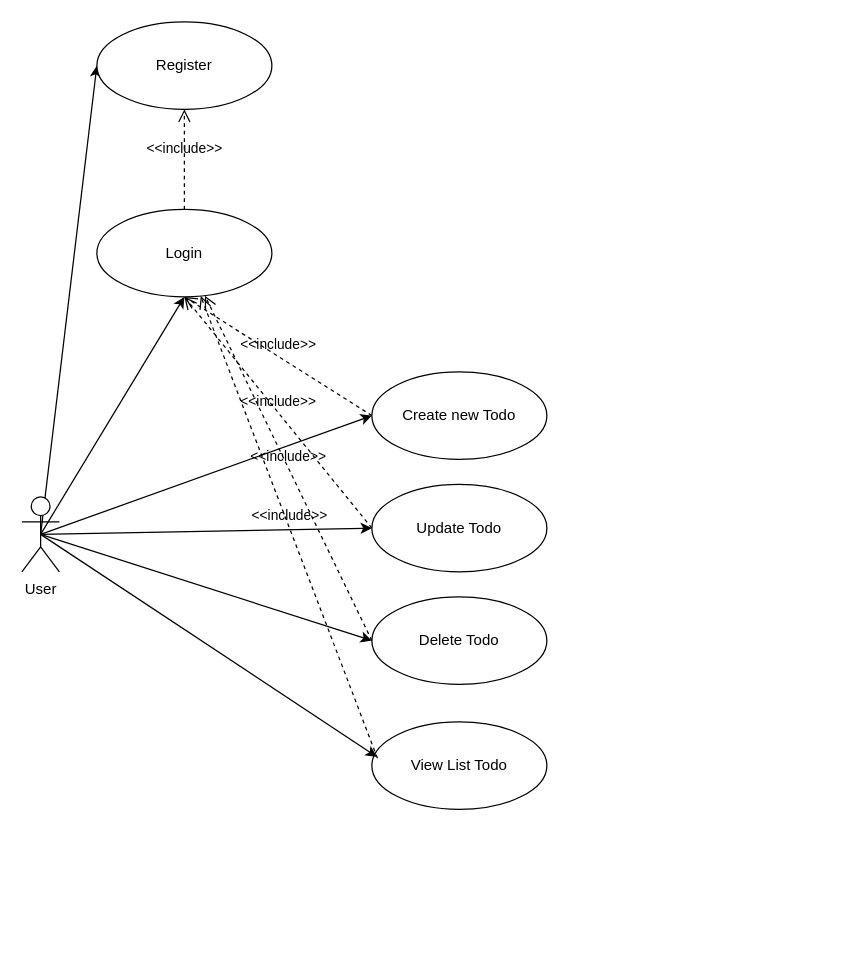
Before: page "use case" (5 of 6) of docs/flowAndActivitypng.drawio in VenomError/prak_webnative_todoapp, a draw.io diagram. Source tidied: cells renumbered, new cells numbered last; positions are measured from the earlier drawing's top-left corner, leaving out a move shared by most shapes. Both pictures are drawn from the tidied source at 125%, with x=0, y=0 at pixel (21, 21).
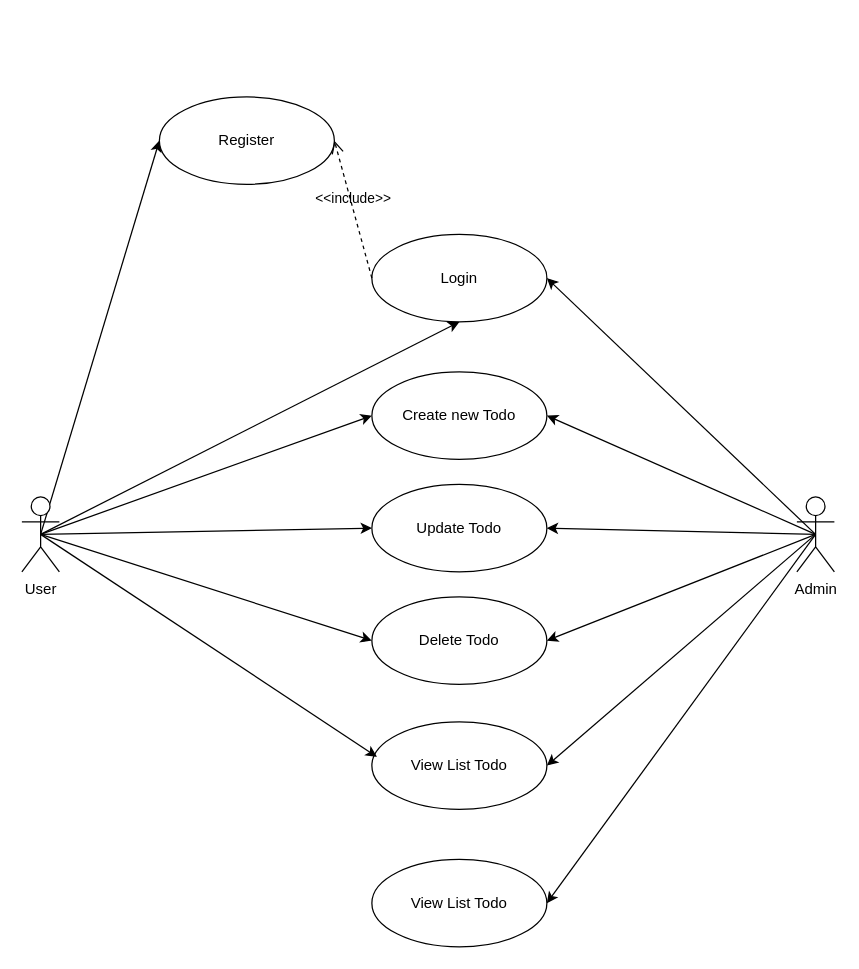
Above is the later version.

The change refers to these unchanged cells:
```xml
<mxCell id="11" value="Create new Todo" style="ellipse;whiteSpace=wrap;html=1;" parent="1" vertex="1">
  <mxGeometry x="280" y="280" width="140" height="70" as="geometry" />
</mxCell>
<mxCell id="12" value="Update Todo" style="ellipse;whiteSpace=wrap;html=1;" parent="1" vertex="1">
  <mxGeometry x="280" y="370" width="140" height="70" as="geometry" />
</mxCell>
<mxCell id="13" value="Delete Todo" style="ellipse;whiteSpace=wrap;html=1;" parent="1" vertex="1">
  <mxGeometry x="280" y="460" width="140" height="70" as="geometry" />
</mxCell>
<mxCell id="14" value="View List Todo" style="ellipse;whiteSpace=wrap;html=1;" parent="1" vertex="1">
  <mxGeometry x="280" y="560" width="140" height="70" as="geometry" />
</mxCell>
```

Diff of the diagram source:
```diff
@@
     <mxCell id="8" value="Login" style="ellipse;whiteSpace=wrap;html=1;" parent="1" vertex="1">
-      <mxGeometry x="60" y="150" width="140" height="70" as="geometry" />
+      <mxGeometry x="280" y="170" width="140" height="70" as="geometry" />
     </mxCell>
     <mxCell id="9" value="Register" style="ellipse;whiteSpace=wrap;html=1;" parent="1" vertex="1">
-      <mxGeometry x="60" width="140" height="70" as="geometry" />
+      <mxGeometry x="110" y="60" width="140" height="70" as="geometry" />
     </mxCell>
-    <mxCell id="10" value="&amp;lt;&amp;lt;include&amp;gt;&amp;gt;" style="endArrow=open;startArrow=none;endFill=0;startFill=0;endSize=8;html=1;verticalAlign=bottom;dashed=1;labelBackgroundColor=none;rounded=0;entryX=0.5;entryY=1;entryDx=0;entryDy=0;exitX=0.5;exitY=0;exitDx=0;exitDy=0;" parent="1" edge="1" source="8" target="9">
+    <mxCell id="10" value="&amp;lt;&amp;lt;include&amp;gt;&amp;gt;" style="endArrow=open;startArrow=none;endFill=0;startFill=0;endSize=8;html=1;verticalAlign=bottom;dashed=1;labelBackgroundColor=none;rounded=0;entryX=1;entryY=0.5;entryDx=0;entryDy=0;exitX=0;exitY=0.5;exitDx=0;exitDy=0;" parent="1" edge="1" source="8" target="9">
       <mxGeometry relative="1" as="geometry" />
     </mxCell>
@@
-    <mxCell id="16" value="&amp;lt;&amp;lt;include&amp;gt;&amp;gt;" style="endArrow=open;startArrow=none;endFill=0;startFill=0;endSize=8;html=1;verticalAlign=bottom;dashed=1;labelBackgroundColor=none;rounded=0;exitX=0;exitY=0.5;exitDx=0;exitDy=0;entryX=0.5;entryY=1;entryDx=0;entryDy=0;" parent="1" edge="1" source="11" target="8">
-      <mxGeometry relative="1" as="geometry" />
-    </mxCell>
-    <mxCell id="17" value="&amp;lt;&amp;lt;include&amp;gt;&amp;gt;" style="endArrow=open;startArrow=none;endFill=0;startFill=0;endSize=8;html=1;verticalAlign=bottom;dashed=1;labelBackgroundColor=none;rounded=0;entryX=0.5;entryY=1;entryDx=0;entryDy=0;exitX=0;exitY=0.5;exitDx=0;exitDy=0;" parent="1" edge="1" source="12" target="8">
-      <mxGeometry relative="1" as="geometry" />
-    </mxCell>
-    <mxCell id="18" value="&amp;lt;&amp;lt;include&amp;gt;&amp;gt;" style="endArrow=open;startArrow=none;endFill=0;startFill=0;endSize=8;html=1;verticalAlign=bottom;dashed=1;labelBackgroundColor=none;rounded=0;exitX=0;exitY=0.5;exitDx=0;exitDy=0;" parent="1" edge="1" source="13" target="8">
-      <mxGeometry relative="1" as="geometry" />
-    </mxCell>
-    <mxCell id="19" value="&amp;lt;&amp;lt;include&amp;gt;&amp;gt;" style="endArrow=open;startArrow=none;endFill=0;startFill=0;endSize=8;html=1;verticalAlign=bottom;dashed=1;labelBackgroundColor=none;rounded=0;exitX=0.032;exitY=0.415;exitDx=0;exitDy=0;exitPerimeter=0;" parent="1" edge="1" source="14" target="8">
-      <mxGeometry relative="1" as="geometry" />
-    </mxCell>
+    <mxCell id="20" style="rounded=0;jettySize=auto;html=1;exitX=0.5;exitY=0.5;exitDx=0;exitDy=0;exitPerimeter=0;entryX=1;entryY=0.5;entryDx=0;entryDy=0;" parent="1" edge="1" source="26" target="14">
+      <mxGeometry relative="1" as="geometry" />
+    </mxCell>
+    <mxCell id="21" style="edgeStyle=none;rounded=0;jettySize=auto;html=1;exitX=0.5;exitY=0.5;exitDx=0;exitDy=0;exitPerimeter=0;entryX=1;entryY=0.5;entryDx=0;entryDy=0;" parent="1" edge="1" source="26" target="13">
+      <mxGeometry relative="1" as="geometry" />
+    </mxCell>
+    <mxCell id="22" style="edgeStyle=none;rounded=0;jettySize=auto;html=1;exitX=0.5;exitY=0.5;exitDx=0;exitDy=0;exitPerimeter=0;entryX=1;entryY=0.5;entryDx=0;entryDy=0;" parent="1" edge="1" source="26" target="12">
+      <mxGeometry relative="1" as="geometry" />
+    </mxCell>
+    <mxCell id="23" style="edgeStyle=none;rounded=0;jettySize=auto;html=1;exitX=0.5;exitY=0.5;exitDx=0;exitDy=0;exitPerimeter=0;entryX=1;entryY=0.5;entryDx=0;entryDy=0;" parent="1" edge="1" source="26" target="8">
+      <mxGeometry relative="1" as="geometry" />
+    </mxCell>
+    <mxCell id="24" style="edgeStyle=none;rounded=0;jettySize=auto;html=1;exitX=0.5;exitY=0.5;exitDx=0;exitDy=0;exitPerimeter=0;entryX=1;entryY=0.5;entryDx=0;entryDy=0;" parent="1" edge="1" source="26" target="11">
+      <mxGeometry relative="1" as="geometry" />
+    </mxCell>
+    <mxCell id="25" style="edgeStyle=none;rounded=0;jettySize=auto;html=1;exitX=0.5;exitY=0.5;exitDx=0;exitDy=0;exitPerimeter=0;entryX=1;entryY=0.5;entryDx=0;entryDy=0;" parent="1" edge="1" source="26" target="27">
+      <mxGeometry relative="1" as="geometry" />
+    </mxCell>
+    <mxCell id="26" value="Admin" style="shape=umlActor;verticalLabelPosition=bottom;verticalAlign=top;html=1;" parent="1" vertex="1">
+      <mxGeometry x="620" y="380" width="30" height="60" as="geometry" />
+    </mxCell>
+    <mxCell id="27" value="View List Todo" style="ellipse;whiteSpace=wrap;html=1;" parent="1" vertex="1">
+      <mxGeometry x="280" y="670" width="140" height="70" as="geometry" />
+    </mxCell>
```
